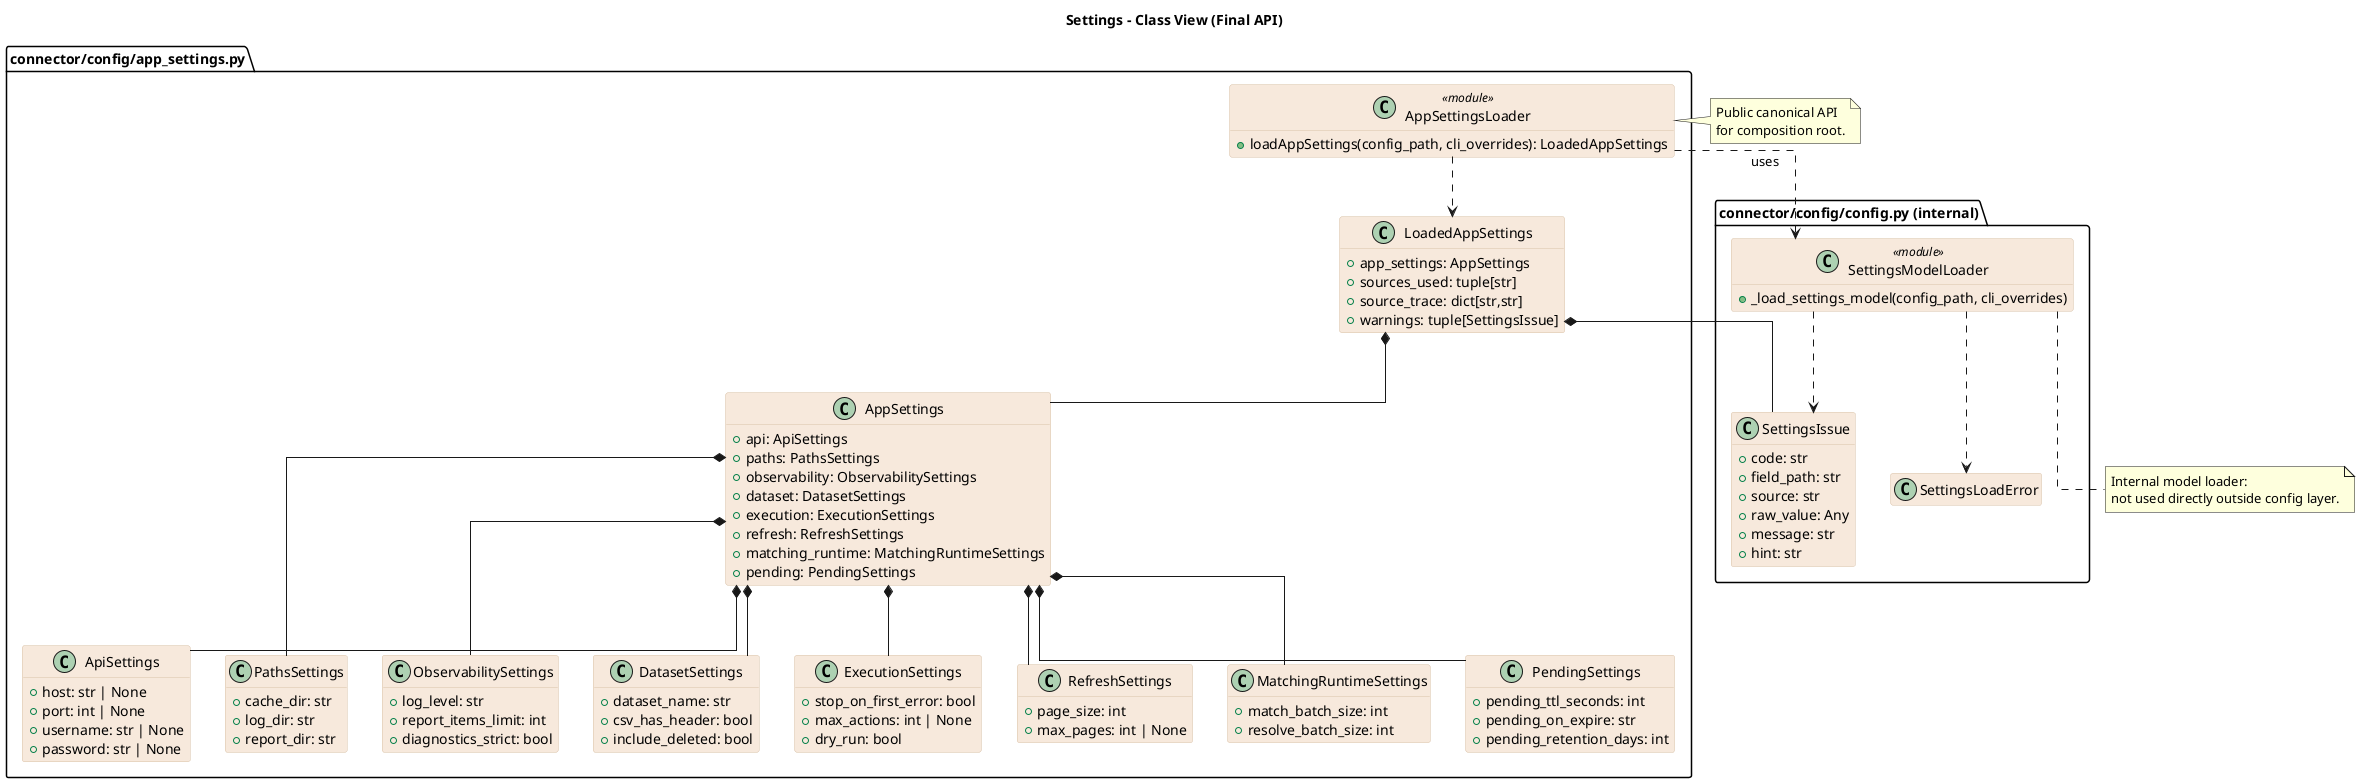
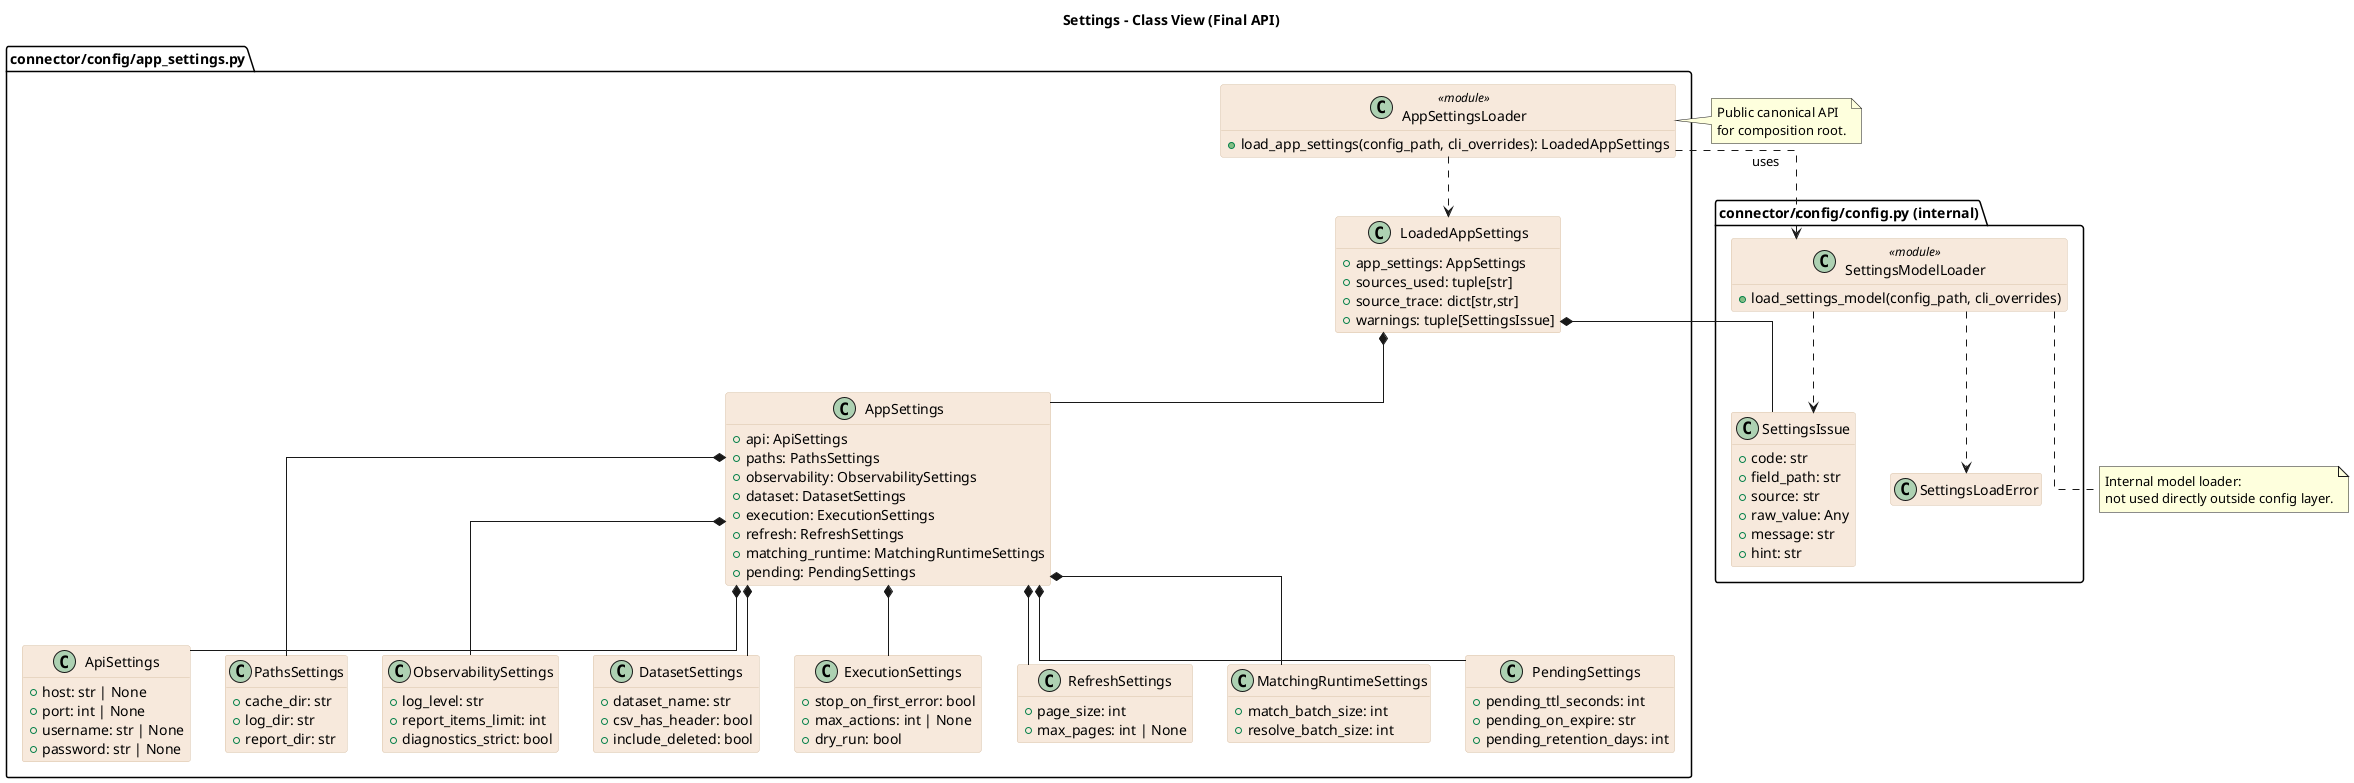
@startuml
title Settings - Class View (Final API)

set namespaceSeparator none
skinparam backgroundColor white
skinparam linetype ortho
skinparam defaultFontName Arial
skinparam class {
  BackgroundColor #f7e9dc
  BorderColor #d9c2a8
}
hide empty members

package "connector/config/app_settings.py" {
  class AppSettings {
    +api: ApiSettings
    +paths: PathsSettings
    +observability: ObservabilitySettings
    +dataset: DatasetSettings
    +execution: ExecutionSettings
    +refresh: RefreshSettings
    +matching_runtime: MatchingRuntimeSettings
    +pending: PendingSettings
  }

  class LoadedAppSettings {
    +app_settings: AppSettings
    +sources_used: tuple[str]
    +source_trace: dict[str,str]
    +warnings: tuple[SettingsIssue]
  }

  class ApiSettings {
    +host: str | None
    +port: int | None
    +username: str | None
    +password: str | None
  }
  class PathsSettings {
    +cache_dir: str
    +log_dir: str
    +report_dir: str
  }
  class ObservabilitySettings {
    +log_level: str
    +report_items_limit: int
    +diagnostics_strict: bool
  }
  class DatasetSettings {
    +dataset_name: str
    +csv_has_header: bool
    +include_deleted: bool
  }
  class ExecutionSettings {
    +stop_on_first_error: bool
    +max_actions: int | None
    +dry_run: bool
  }
  class RefreshSettings {
    +page_size: int
    +max_pages: int | None
  }
  class MatchingRuntimeSettings {
    +match_batch_size: int
    +resolve_batch_size: int
  }
  class PendingSettings {
    +pending_ttl_seconds: int
    +pending_on_expire: str
    +pending_retention_days: int
  }

  class AppSettingsLoader <<module>> {
-     +loadAppSettings(config_path, cli_overrides): LoadedAppSettings
+     +load_app_settings(config_path, cli_overrides): LoadedAppSettings
  }
}

package "connector/config/config.py (internal)" {
  class SettingsModelLoader <<module>> {
-     +_load_settings_model(config_path, cli_overrides)
+     +load_settings_model(config_path, cli_overrides)
  }
  class SettingsIssue {
    +code: str
    +field_path: str
    +source: str
    +raw_value: Any
    +message: str
    +hint: str
  }
  class SettingsLoadError
}

AppSettings *-- ApiSettings
AppSettings *-- PathsSettings
AppSettings *-- ObservabilitySettings
AppSettings *-- DatasetSettings
AppSettings *-- ExecutionSettings
AppSettings *-- RefreshSettings
AppSettings *-- MatchingRuntimeSettings
AppSettings *-- PendingSettings

LoadedAppSettings *-- AppSettings
LoadedAppSettings *-- SettingsIssue

AppSettingsLoader ..> SettingsModelLoader : uses
AppSettingsLoader ..> LoadedAppSettings
SettingsModelLoader ..> SettingsLoadError
SettingsModelLoader ..> SettingsIssue

note right of AppSettingsLoader
Public canonical API
for composition root.
end note

note bottom of SettingsModelLoader
Internal model loader:
not used directly outside config layer.
end note

@enduml
